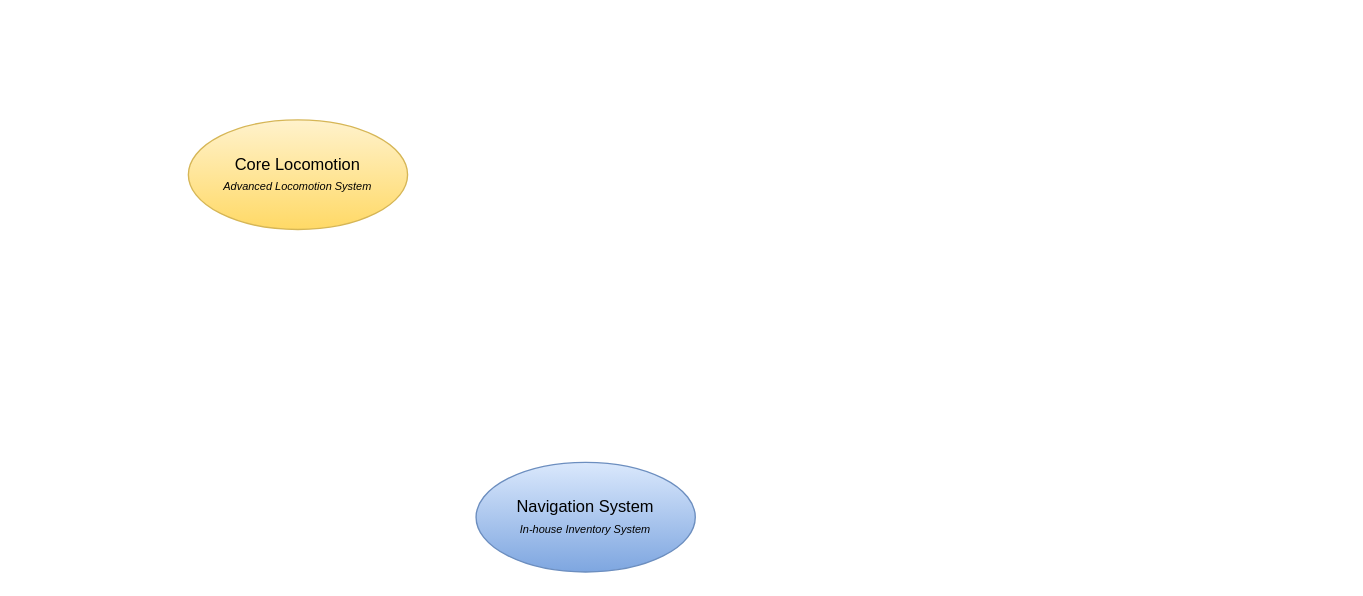
GeneralPavlova/AutumnsHope keeps this draw.io diagram as systems-subsystems.drawio. Above is the earlier version. Source tidied: cells renumbered, new cells numbered last; positions are measured from the earlier drawing's top-left corner, leaving out a move shared by most shapes. Both pictures are drawn from the tidied source at 137%, with x=0, y=0 at pixel (188, 119).
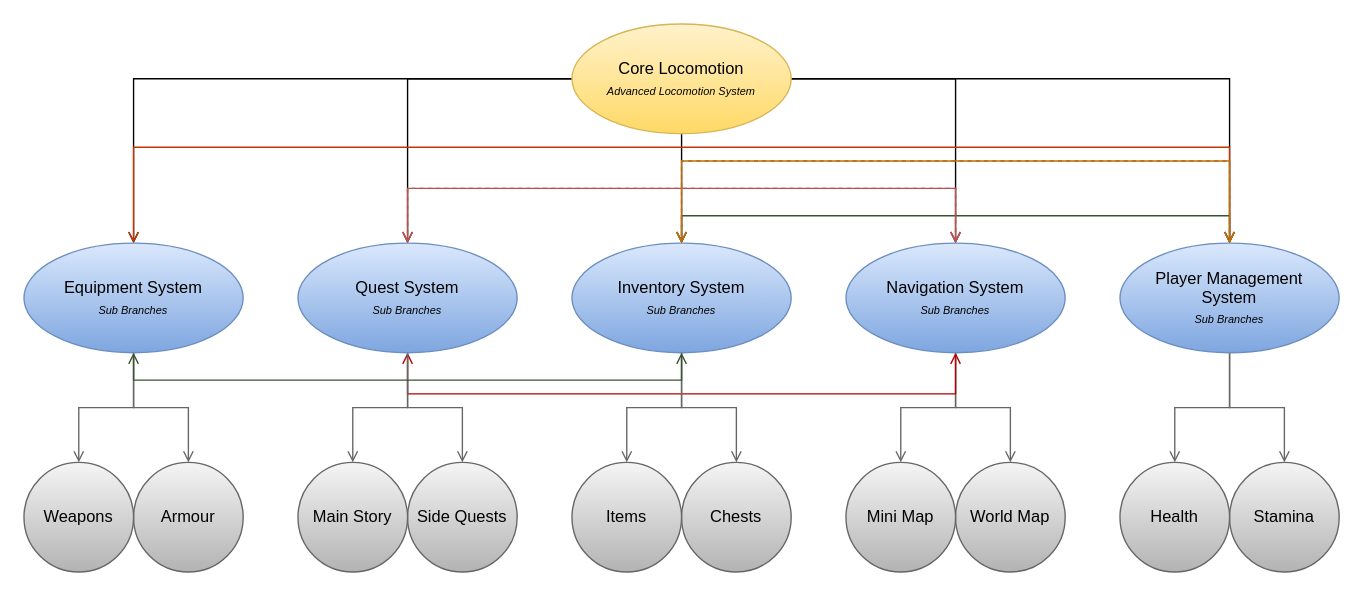
After the change.

The edit, as a diff of the source:
```diff
@@
+    <mxCell id="4" style="edgeStyle=orthogonalEdgeStyle;rounded=0;jettySize=auto;html=1;startArrow=none;startFill=0;endArrow=open;endFill=0;" parent="1" edge="1" source="2" target="28">
+      <mxGeometry relative="1" as="geometry" />
+    </mxCell>
+    <mxCell id="5" style="edgeStyle=orthogonalEdgeStyle;rounded=0;jettySize=auto;html=1;startArrow=none;startFill=0;endArrow=open;endFill=0;" parent="1" edge="1" source="2" target="24">
+      <mxGeometry relative="1" as="geometry" />
+    </mxCell>
+    <mxCell id="6" style="edgeStyle=orthogonalEdgeStyle;rounded=0;jettySize=auto;html=1;startArrow=none;startFill=0;endArrow=open;endFill=0;" parent="1" edge="1" source="2" target="16">
+      <mxGeometry relative="1" as="geometry" />
+    </mxCell>
+    <mxCell id="7" style="edgeStyle=orthogonalEdgeStyle;rounded=0;jettySize=auto;html=1;startArrow=none;startFill=0;endArrow=open;endFill=0;" parent="1" edge="1" source="2" target="19">
+      <mxGeometry relative="1" as="geometry" />
+    </mxCell>
+    <mxCell id="8" style="edgeStyle=orthogonalEdgeStyle;rounded=0;jettySize=auto;html=1;startArrow=none;startFill=0;endArrow=open;endFill=0;" parent="1" edge="1" source="2" target="3">
+      <mxGeometry relative="1" as="geometry" />
+    </mxCell>
     <mxCell id="2" value="Core Locomotion&lt;br&gt;&lt;font style=&quot;font-size: 8px&quot;&gt;&lt;i&gt;Advanced Locomotion System&lt;/i&gt;&lt;/font&gt;" style="ellipse;whiteSpace=wrap;html=1;gradientColor=#ffd966;fillColor=#fff2cc;strokeColor=#d6b656;" parent="1" vertex="1">
-      <mxGeometry width="160" height="80" as="geometry" />
+      <mxGeometry x="280" y="-70" width="160" height="80" as="geometry" />
     </mxCell>
+    <mxCell id="9" style="edgeStyle=orthogonalEdgeStyle;rounded=0;jettySize=auto;html=1;gradientColor=#b3b3b3;fillColor=#f5f5f5;strokeColor=#666666;startArrow=none;startFill=0;endArrow=open;endFill=0;" parent="1" edge="1" source="3" target="31">
+      <mxGeometry relative="1" as="geometry" />
+    </mxCell>
+    <mxCell id="10" style="edgeStyle=orthogonalEdgeStyle;rounded=0;jettySize=auto;html=1;gradientColor=#b3b3b3;fillColor=#f5f5f5;strokeColor=#666666;startArrow=none;startFill=0;endArrow=open;endFill=0;" parent="1" edge="1" source="3" target="32">
+      <mxGeometry relative="1" as="geometry" />
+    </mxCell>
+    <mxCell id="11" style="edgeStyle=orthogonalEdgeStyle;rounded=0;jettySize=auto;html=1;gradientColor=#ea6b66;fillColor=#f8cecc;strokeColor=#b85450;startArrow=open;startFill=0;endArrow=open;endFill=0;dashed=1;" parent="1" edge="1" source="3" target="19">
+      <mxGeometry relative="1" as="geometry">
+        <Array as="points">
+          <mxPoint x="560" y="50" />
+          <mxPoint x="160" y="50" />
+        </Array>
+      </mxGeometry>
+    </mxCell>
+    <mxCell id="12" style="edgeStyle=orthogonalEdgeStyle;rounded=0;jettySize=auto;html=1;startArrow=open;startFill=0;endArrow=open;endFill=0;fillColor=#e51400;strokeColor=#B20000;" parent="1" edge="1" source="3" target="19">
+      <mxGeometry relative="1" as="geometry">
+        <Array as="points">
+          <mxPoint x="560" y="200" />
+          <mxPoint x="160" y="200" />
+        </Array>
+      </mxGeometry>
+    </mxCell>
-    <mxCell id="3" value="Navigation System&lt;br&gt;&lt;span style=&quot;font-size: 8px&quot;&gt;&lt;i&gt;In-house Inventory System&lt;/i&gt;&lt;/span&gt;" style="ellipse;whiteSpace=wrap;html=1;gradientColor=#7ea6e0;fillColor=#dae8fc;strokeColor=#6c8ebf;" parent="1" vertex="1">
-      <mxGeometry x="210" y="250" width="160" height="80" as="geometry" />
+    <mxCell id="3" value="Navigation System&lt;br&gt;&lt;span style=&quot;font-size: 8px&quot;&gt;&lt;i&gt;Sub Branches&lt;/i&gt;&lt;/span&gt;" style="ellipse;whiteSpace=wrap;html=1;gradientColor=#7ea6e0;fillColor=#dae8fc;strokeColor=#6c8ebf;" parent="1" vertex="1">
+      <mxGeometry x="480" y="90" width="160" height="80" as="geometry" />
     </mxCell>
+    <mxCell id="13" style="edgeStyle=orthogonalEdgeStyle;rounded=0;jettySize=auto;html=1;gradientColor=#b3b3b3;fillColor=#f5f5f5;strokeColor=#666666;startArrow=none;startFill=0;endArrow=open;endFill=0;" parent="1" edge="1" source="16" target="33">
+      <mxGeometry relative="1" as="geometry" />
+    </mxCell>
+    <mxCell id="14" style="edgeStyle=orthogonalEdgeStyle;rounded=0;jettySize=auto;html=1;gradientColor=#b3b3b3;fillColor=#f5f5f5;strokeColor=#666666;startArrow=none;startFill=0;endArrow=open;endFill=0;" parent="1" edge="1" source="16" target="34">
+      <mxGeometry relative="1" as="geometry" />
+    </mxCell>
+    <mxCell id="15" style="edgeStyle=orthogonalEdgeStyle;rounded=0;jettySize=auto;html=1;fillColor=#6d8764;strokeColor=#3A5431;startArrow=open;startFill=0;endArrow=open;endFill=0;" parent="1" edge="1" source="16" target="28">
+      <mxGeometry relative="1" as="geometry">
+        <Array as="points">
+          <mxPoint x="360" y="70" />
+          <mxPoint x="760" y="70" />
+        </Array>
+      </mxGeometry>
+    </mxCell>
+    <mxCell id="16" value="Inventory System&lt;br&gt;&lt;span style=&quot;font-size: 8px&quot;&gt;&lt;i&gt;Sub Branches&lt;/i&gt;&lt;/span&gt;" style="ellipse;whiteSpace=wrap;html=1;gradientColor=#7ea6e0;fillColor=#dae8fc;strokeColor=#6c8ebf;" parent="1" vertex="1">
+      <mxGeometry x="280" y="90" width="160" height="80" as="geometry" />
+    </mxCell>
+    <mxCell id="17" style="edgeStyle=orthogonalEdgeStyle;rounded=0;jettySize=auto;html=1;gradientColor=#b3b3b3;fillColor=#f5f5f5;strokeColor=#666666;startArrow=none;startFill=0;endArrow=open;endFill=0;" parent="1" edge="1" source="19" target="36">
+      <mxGeometry relative="1" as="geometry" />
+    </mxCell>
+    <mxCell id="18" style="edgeStyle=orthogonalEdgeStyle;rounded=0;jettySize=auto;html=1;gradientColor=#b3b3b3;fillColor=#f5f5f5;strokeColor=#666666;startArrow=none;startFill=0;endArrow=open;endFill=0;" parent="1" edge="1" source="19" target="35">
+      <mxGeometry relative="1" as="geometry" />
+    </mxCell>
+    <mxCell id="19" value="Quest System&lt;br&gt;&lt;span style=&quot;font-size: 8px&quot;&gt;&lt;i&gt;Sub Branches&lt;/i&gt;&lt;/span&gt;" style="ellipse;whiteSpace=wrap;html=1;gradientColor=#7ea6e0;fillColor=#dae8fc;strokeColor=#6c8ebf;" parent="1" vertex="1">
+      <mxGeometry x="80" y="90" width="160" height="80" as="geometry" />
+    </mxCell>
+    <mxCell id="20" style="edgeStyle=orthogonalEdgeStyle;rounded=0;jettySize=auto;html=1;gradientColor=#b3b3b3;fillColor=#f5f5f5;strokeColor=#666666;startArrow=none;startFill=0;endArrow=open;endFill=0;" parent="1" edge="1" source="24" target="37">
+      <mxGeometry relative="1" as="geometry" />
+    </mxCell>
+    <mxCell id="21" style="edgeStyle=orthogonalEdgeStyle;rounded=0;jettySize=auto;html=1;gradientColor=#b3b3b3;fillColor=#f5f5f5;strokeColor=#666666;startArrow=none;startFill=0;endArrow=open;endFill=0;" parent="1" edge="1" source="24" target="38">
+      <mxGeometry relative="1" as="geometry" />
+    </mxCell>
+    <mxCell id="22" style="edgeStyle=orthogonalEdgeStyle;rounded=0;jettySize=auto;html=1;fillColor=#6d8764;strokeColor=#3A5431;startArrow=open;startFill=0;endArrow=open;endFill=0;" parent="1" edge="1" source="24" target="16">
+      <mxGeometry relative="1" as="geometry">
+        <Array as="points">
+          <mxPoint x="-40" y="190" />
+          <mxPoint x="360" y="190" />
+        </Array>
+      </mxGeometry>
+    </mxCell>
+    <mxCell id="23" style="edgeStyle=orthogonalEdgeStyle;rounded=0;jettySize=auto;html=1;startArrow=open;startFill=0;endArrow=open;endFill=0;fillColor=#fa6800;strokeColor=#C73500;" parent="1" edge="1" source="24" target="28">
+      <mxGeometry relative="1" as="geometry">
+        <Array as="points">
+          <mxPoint x="-40" y="20" />
+          <mxPoint x="760" y="20" />
+        </Array>
+      </mxGeometry>
+    </mxCell>
+    <mxCell id="24" value="Equipment System&lt;br&gt;&lt;span style=&quot;font-size: 8px&quot;&gt;&lt;i&gt;Sub Branches&lt;/i&gt;&lt;/span&gt;" style="ellipse;whiteSpace=wrap;html=1;gradientColor=#7ea6e0;fillColor=#dae8fc;strokeColor=#6c8ebf;" parent="1" vertex="1">
+      <mxGeometry x="-120" y="90" width="160" height="80" as="geometry" />
+    </mxCell>
+    <mxCell id="25" style="edgeStyle=orthogonalEdgeStyle;rounded=0;jettySize=auto;html=1;gradientColor=#b3b3b3;fillColor=#f5f5f5;strokeColor=#666666;startArrow=none;startFill=0;endArrow=open;endFill=0;" parent="1" edge="1" source="28" target="29">
+      <mxGeometry relative="1" as="geometry" />
+    </mxCell>
+    <mxCell id="26" style="edgeStyle=orthogonalEdgeStyle;rounded=0;jettySize=auto;html=1;gradientColor=#b3b3b3;fillColor=#f5f5f5;strokeColor=#666666;startArrow=none;startFill=0;endArrow=open;endFill=0;" parent="1" edge="1" source="28" target="30">
+      <mxGeometry relative="1" as="geometry" />
+    </mxCell>
+    <mxCell id="27" style="edgeStyle=orthogonalEdgeStyle;rounded=0;jettySize=auto;html=1;dashed=1;startArrow=open;startFill=0;endArrow=open;endFill=0;gradientColor=#ea6b66;fillColor=#f8cecc;strokeColor=#b85450;" parent="1" edge="1" source="28" target="16">
+      <mxGeometry relative="1" as="geometry">
+        <Array as="points">
+          <mxPoint x="760" y="30" />
+          <mxPoint x="360" y="30" />
+        </Array>
+      </mxGeometry>
+    </mxCell>
+    <mxCell id="28" value="Player Management &lt;br&gt;System&lt;br&gt;&lt;span style=&quot;font-size: 8px&quot;&gt;&lt;i&gt;Sub Branches&lt;/i&gt;&lt;/span&gt;" style="ellipse;whiteSpace=wrap;html=1;gradientColor=#7ea6e0;fillColor=#dae8fc;strokeColor=#6c8ebf;" parent="1" vertex="1">
+      <mxGeometry x="680" y="90" width="160" height="80" as="geometry" />
+    </mxCell>
+    <mxCell id="29" value="Stamina" style="ellipse;whiteSpace=wrap;html=1;gradientColor=#b3b3b3;fillColor=#f5f5f5;strokeColor=#666666;" parent="1" vertex="1">
+      <mxGeometry x="760" y="250" width="80" height="80" as="geometry" />
+    </mxCell>
+    <mxCell id="30" value="Health" style="ellipse;whiteSpace=wrap;html=1;gradientColor=#b3b3b3;fillColor=#f5f5f5;strokeColor=#666666;" parent="1" vertex="1">
+      <mxGeometry x="680" y="250" width="80" height="80" as="geometry" />
+    </mxCell>
+    <mxCell id="31" value="World Map" style="ellipse;whiteSpace=wrap;html=1;gradientColor=#b3b3b3;fillColor=#f5f5f5;strokeColor=#666666;" parent="1" vertex="1">
+      <mxGeometry x="560" y="250" width="80" height="80" as="geometry" />
+    </mxCell>
+    <mxCell id="32" value="Mini Map" style="ellipse;whiteSpace=wrap;html=1;gradientColor=#b3b3b3;fillColor=#f5f5f5;strokeColor=#666666;" parent="1" vertex="1">
+      <mxGeometry x="480" y="250" width="80" height="80" as="geometry" />
+    </mxCell>
+    <mxCell id="33" value="Chests" style="ellipse;whiteSpace=wrap;html=1;gradientColor=#b3b3b3;fillColor=#f5f5f5;strokeColor=#666666;" parent="1" vertex="1">
+      <mxGeometry x="360" y="250" width="80" height="80" as="geometry" />
+    </mxCell>
+    <mxCell id="34" value="Items" style="ellipse;whiteSpace=wrap;html=1;gradientColor=#b3b3b3;fillColor=#f5f5f5;strokeColor=#666666;" parent="1" vertex="1">
+      <mxGeometry x="280" y="250" width="80" height="80" as="geometry" />
+    </mxCell>
+    <mxCell id="35" value="Side Quests" style="ellipse;whiteSpace=wrap;html=1;gradientColor=#b3b3b3;fillColor=#f5f5f5;strokeColor=#666666;" parent="1" vertex="1">
+      <mxGeometry x="160" y="250" width="80" height="80" as="geometry" />
+    </mxCell>
+    <mxCell id="36" value="Main Story" style="ellipse;whiteSpace=wrap;html=1;gradientColor=#b3b3b3;fillColor=#f5f5f5;strokeColor=#666666;" parent="1" vertex="1">
+      <mxGeometry x="80" y="250" width="80" height="80" as="geometry" />
+    </mxCell>
+    <mxCell id="37" value="Armour" style="ellipse;whiteSpace=wrap;html=1;gradientColor=#b3b3b3;fillColor=#f5f5f5;strokeColor=#666666;" parent="1" vertex="1">
+      <mxGeometry x="-40" y="250" width="80" height="80" as="geometry" />
+    </mxCell>
+    <mxCell id="38" value="Weapons" style="ellipse;whiteSpace=wrap;html=1;gradientColor=#b3b3b3;fillColor=#f5f5f5;strokeColor=#666666;" parent="1" vertex="1">
+      <mxGeometry x="-120" y="250" width="80" height="80" as="geometry" />
+    </mxCell>
+    <mxCell id="39" style="edgeStyle=orthogonalEdgeStyle;rounded=0;orthogonalLoop=1;jettySize=auto;html=1;gradientColor=#ea6b66;fillColor=#f8cecc;strokeColor=#b85450;startArrow=open;startFill=0;endArrow=open;endFill=0;" parent="1" edge="1">
+      <mxGeometry relative="1" as="geometry">
+        <mxPoint x="560" y="90" as="sourcePoint" />
+        <mxPoint x="160" y="90" as="targetPoint" />
+        <Array as="points">
+          <mxPoint x="560" y="50" />
+          <mxPoint x="160" y="50" />
+        </Array>
+      </mxGeometry>
+    </mxCell>
+    <mxCell id="40" style="edgeStyle=orthogonalEdgeStyle;rounded=0;orthogonalLoop=1;jettySize=auto;html=1;startArrow=open;startFill=0;endArrow=open;endFill=0;fillColor=#f0a30a;strokeColor=#BD7000;" parent="1" edge="1">
+      <mxGeometry relative="1" as="geometry">
+        <mxPoint x="760" y="90" as="sourcePoint" />
+        <mxPoint x="360" y="90" as="targetPoint" />
+        <Array as="points">
+          <mxPoint x="760" y="30" />
+          <mxPoint x="360" y="30" />
+        </Array>
+      </mxGeometry>
+    </mxCell>
```
